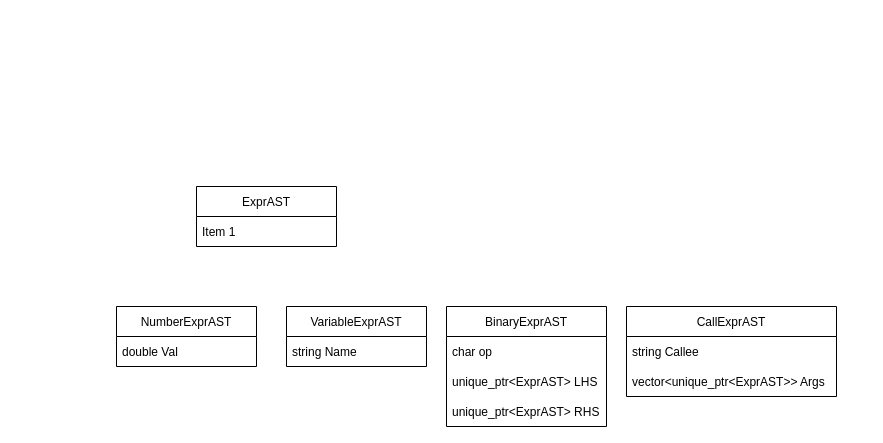
baochuquan/drawio keeps this draw.io diagram as kaleidoscope02.drawio. Above is the earlier version. Source tidied: cells renumbered, new cells numbered last; positions are measured from the earlier drawing's top-left corner, leaving out a move shared by most shapes. Both pictures are drawn from the tidied source at 100%, with x=0, y=0 at pixel (116, 186).
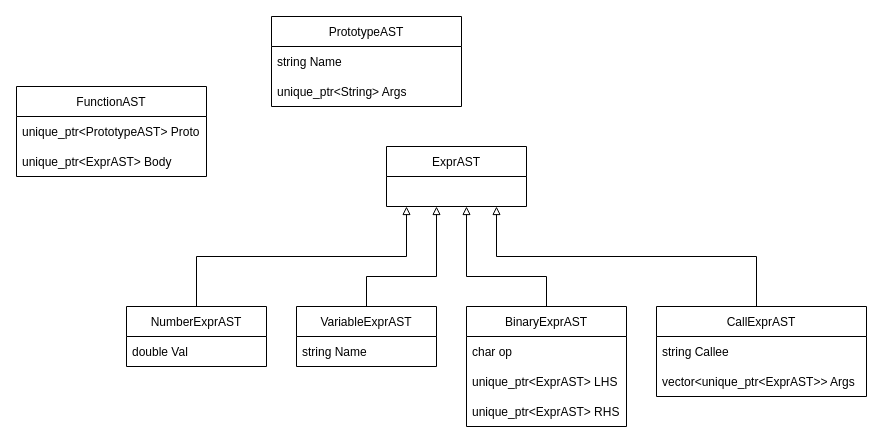
The same page after the edit.

What changed in the source:
```diff
@@
     <mxCell id="2" value="ExprAST" style="swimlane;fontStyle=0;horizontal=1;startSize=30;" parent="1" vertex="1">
-      <mxGeometry x="80" width="140" height="60" as="geometry" />
+      <mxGeometry x="270" y="-40" width="140" height="60" as="geometry" />
     </mxCell>
-    <mxCell id="3" value="Item 1" style="text;strokeColor=none;fillColor=none;align=left;verticalAlign=middle;spacingLeft=4;spacingRight=4;overflow=hidden;" parent="2" vertex="1">
-      <mxGeometry y="30" width="140" height="30" as="geometry" />
-    </mxCell>
+    <mxCell id="15" style="edgeStyle=orthogonalEdgeStyle;rounded=0;jettySize=auto;html=1;endArrow=block;endFill=0;" parent="1" edge="1" source="4">
+      <mxGeometry relative="1" as="geometry">
+        <mxPoint x="290" y="20" as="targetPoint" />
+        <Array as="points">
+          <mxPoint x="80" y="70" />
+          <mxPoint x="290" y="70" />
+        </Array>
+      </mxGeometry>
+    </mxCell>
     <mxCell id="4" value="NumberExprAST" style="swimlane;fontStyle=0;horizontal=1;startSize=30;" parent="1" vertex="1">
-      <mxGeometry y="120" width="140" height="60" as="geometry" />
+      <mxGeometry x="10" y="120" width="140" height="60" as="geometry" />
     </mxCell>
@@
+    <mxCell id="16" style="edgeStyle=orthogonalEdgeStyle;rounded=0;jettySize=auto;html=1;exitX=0.5;exitY=0;exitDx=0;exitDy=0;endArrow=block;endFill=0;" parent="1" edge="1" source="6">
+      <mxGeometry relative="1" as="geometry">
+        <mxPoint x="320" y="20" as="targetPoint" />
+        <Array as="points">
+          <mxPoint x="250" y="90" />
+          <mxPoint x="320" y="90" />
+        </Array>
+      </mxGeometry>
+    </mxCell>
     <mxCell id="6" value="VariableExprAST" style="swimlane;fontStyle=0;horizontal=1;startSize=30;" parent="1" vertex="1">
-      <mxGeometry x="170" y="120" width="140" height="60" as="geometry" />
+      <mxGeometry x="180" y="120" width="140" height="60" as="geometry" />
     </mxCell>
@@
+    <mxCell id="17" style="edgeStyle=orthogonalEdgeStyle;rounded=0;jettySize=auto;html=1;exitX=0.5;exitY=0;exitDx=0;exitDy=0;endArrow=block;endFill=0;" parent="1" edge="1" source="8">
+      <mxGeometry relative="1" as="geometry">
+        <mxPoint x="350" y="20" as="targetPoint" />
+        <Array as="points">
+          <mxPoint x="430" y="90" />
+          <mxPoint x="350" y="90" />
+        </Array>
+      </mxGeometry>
+    </mxCell>
     <mxCell id="8" value="BinaryExprAST" style="swimlane;fontStyle=0;horizontal=1;startSize=30;" parent="1" vertex="1">
-      <mxGeometry x="330" y="120" width="160" height="120" as="geometry" />
+      <mxGeometry x="350" y="120" width="160" height="120" as="geometry" />
     </mxCell>
@@
+    <mxCell id="18" style="edgeStyle=orthogonalEdgeStyle;rounded=0;jettySize=auto;html=1;endArrow=block;endFill=0;" parent="1" edge="1" source="12">
+      <mxGeometry relative="1" as="geometry">
+        <mxPoint x="380" y="20" as="targetPoint" />
+        <Array as="points">
+          <mxPoint x="640" y="70" />
+          <mxPoint x="380" y="70" />
+        </Array>
+      </mxGeometry>
+    </mxCell>
     <mxCell id="12" value="CallExprAST" style="swimlane;fontStyle=0;horizontal=1;startSize=30;" parent="1" vertex="1">
-      <mxGeometry x="510" y="120" width="210" height="90" as="geometry" />
+      <mxGeometry x="540" y="120" width="210" height="90" as="geometry" />
     </mxCell>
@@
+    <mxCell id="19" value="FunctionAST" style="swimlane;fontStyle=0;horizontal=1;startSize=30;" parent="1" vertex="1">
+      <mxGeometry x="-100" y="-100" width="190" height="90" as="geometry" />
+    </mxCell>
+    <mxCell id="20" value="unique_ptr&lt;PrototypeAST&gt; Proto" style="text;strokeColor=none;fillColor=none;align=left;verticalAlign=middle;spacingLeft=4;spacingRight=4;overflow=hidden;" parent="19" vertex="1">
+      <mxGeometry y="30" width="190" height="30" as="geometry" />
+    </mxCell>
+    <mxCell id="21" value="unique_ptr&lt;ExprAST&gt; Body" style="text;strokeColor=none;fillColor=none;align=left;verticalAlign=middle;spacingLeft=4;spacingRight=4;overflow=hidden;" parent="19" vertex="1">
+      <mxGeometry y="60" width="190" height="30" as="geometry" />
+    </mxCell>
+    <mxCell id="22" value="PrototypeAST" style="swimlane;fontStyle=0;horizontal=1;startSize=30;" parent="1" vertex="1">
+      <mxGeometry x="155" y="-170" width="190" height="90" as="geometry" />
+    </mxCell>
+    <mxCell id="23" value="string Name" style="text;strokeColor=none;fillColor=none;align=left;verticalAlign=middle;spacingLeft=4;spacingRight=4;overflow=hidden;" parent="22" vertex="1">
+      <mxGeometry y="30" width="190" height="30" as="geometry" />
+    </mxCell>
+    <mxCell id="24" value="unique_ptr&lt;String&gt; Args" style="text;strokeColor=none;fillColor=none;align=left;verticalAlign=middle;spacingLeft=4;spacingRight=4;overflow=hidden;" parent="22" vertex="1">
+      <mxGeometry y="60" width="190" height="30" as="geometry" />
+    </mxCell>
```
